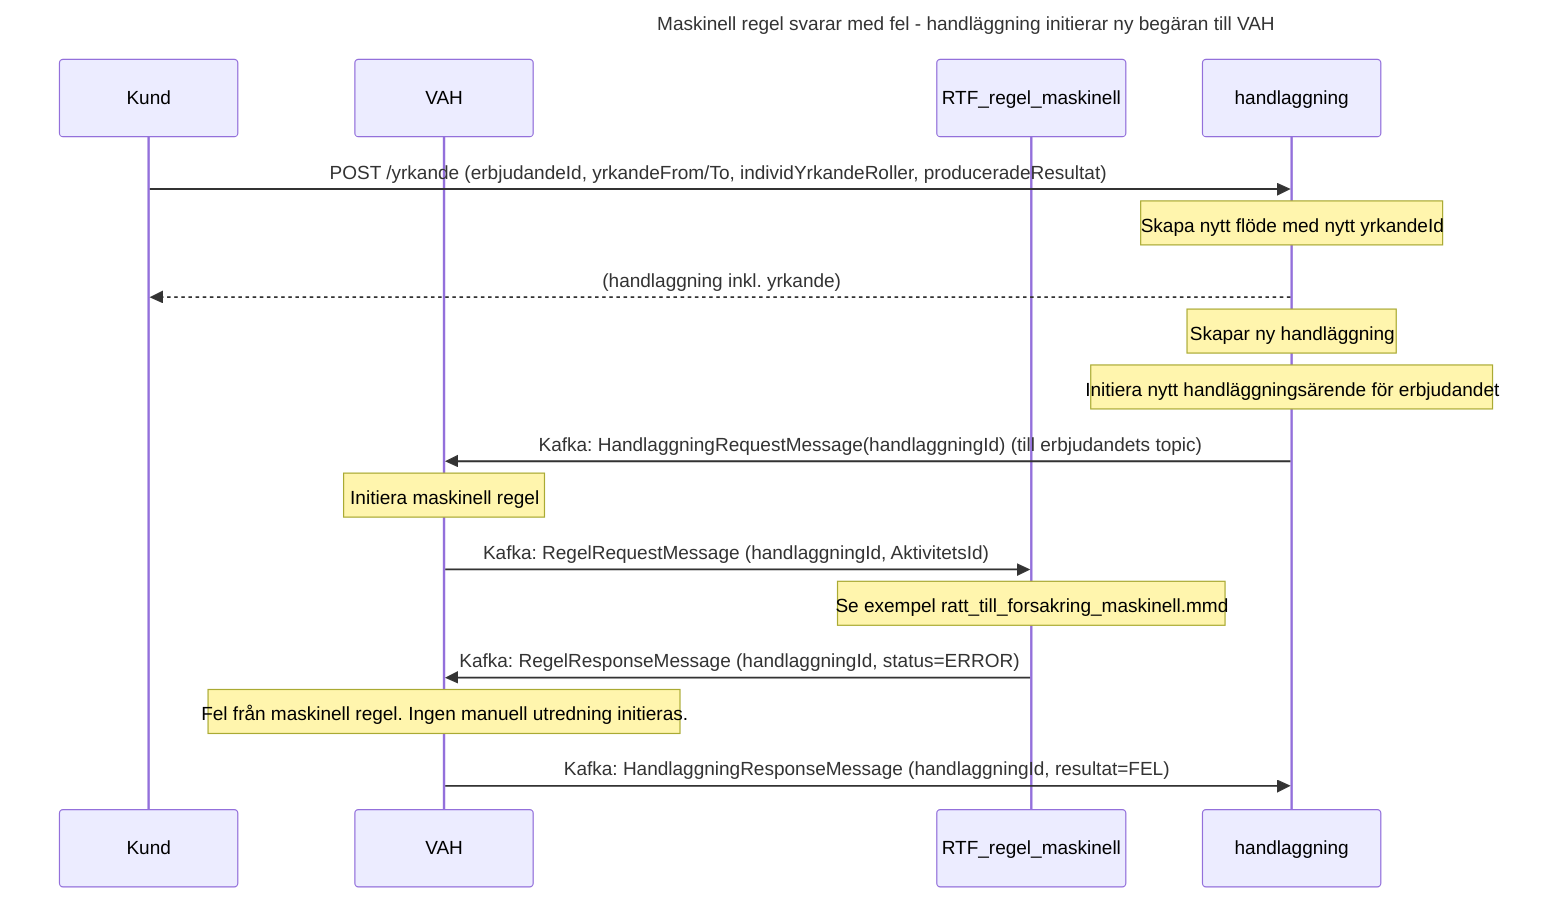
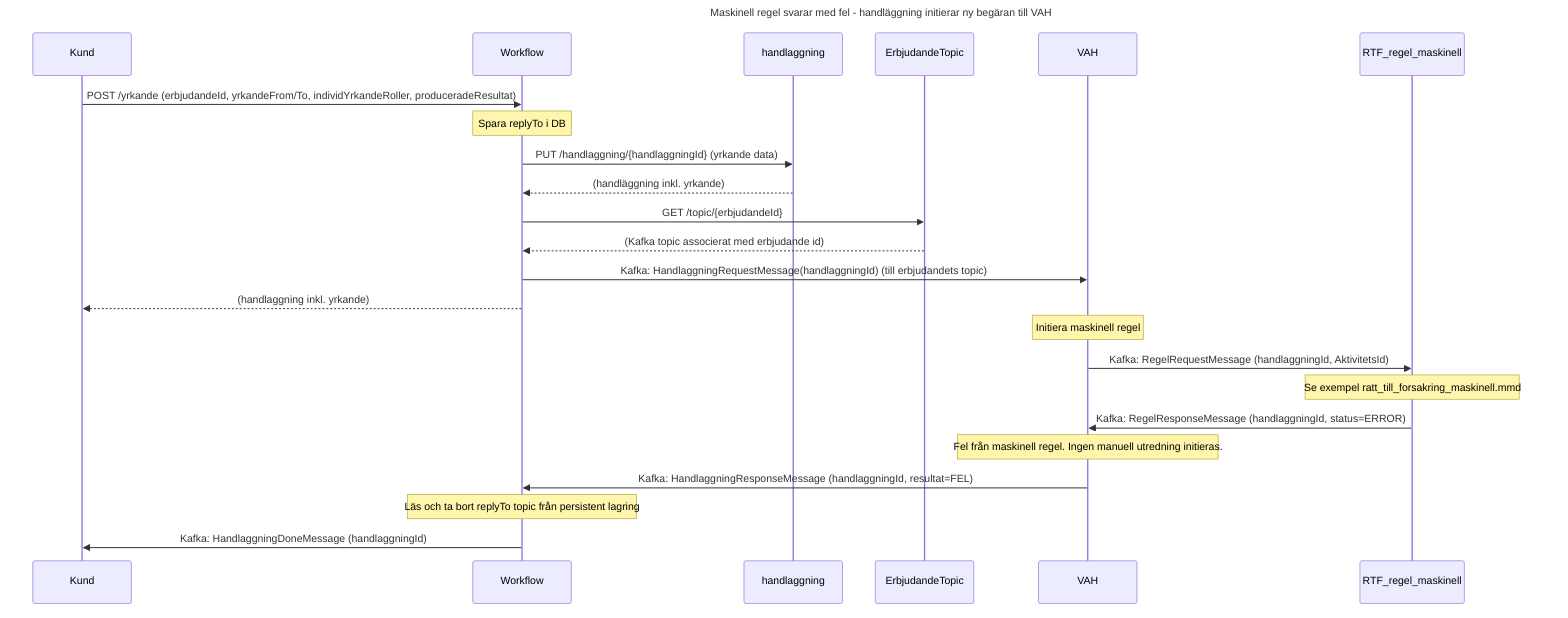
sequenceDiagram
    title Maskinell regel svarar med fel - handläggning initierar ny begäran till VAH
    participant Kund
+     participant Workflow
+     participant handlaggning
+     participant ErbjudandeTopic
    participant VAH
    participant RTF_regel_maskinell
-     participant handlaggning

-     Kund ->> handlaggning: POST /yrkande (erbjudandeId, yrkandeFrom/To, individYrkandeRoller, produceradeResultat)
-     note over handlaggning: Skapa nytt flöde med nytt yrkandeId
-     handlaggning -->> Kund: (handlaggning inkl. yrkande)
-     note over handlaggning: Skapar ny handläggning
- 
-     note over handlaggning: Initiera nytt handläggningsärende för erbjudandet
-     handlaggning ->> VAH: Kafka: HandlaggningRequestMessage(handlaggningId) (till erbjudandets topic)
+     Kund ->> Workflow: POST /yrkande (erbjudandeId, yrkandeFrom/To, individYrkandeRoller, produceradeResultat)
+     note over Workflow: Spara replyTo i DB
+     Workflow ->> handlaggning: PUT /handlaggning/{handlaggningId} (yrkande data)
+     handlaggning -->> Workflow: (handläggning inkl. yrkande)
+     Workflow ->> ErbjudandeTopic: GET /topic/{erbjudandeId}
+     ErbjudandeTopic -->> Workflow: (Kafka topic associerat med erbjudande id)
+     Workflow ->> VAH: Kafka: HandlaggningRequestMessage(handlaggningId) (till erbjudandets topic)
+     Workflow -->> Kund: (handlaggning inkl. yrkande)

    note over VAH: Initiera maskinell regel

    VAH ->> RTF_regel_maskinell: Kafka: RegelRequestMessage (handlaggningId, AktivitetsId)

    note over RTF_regel_maskinell: Se exempel ratt_till_forsakring_maskinell.mmd

    RTF_regel_maskinell ->> VAH: Kafka: RegelResponseMessage (handlaggningId, status=ERROR)
    note over VAH: Fel från maskinell regel. Ingen manuell utredning initieras.

-     VAH ->> handlaggning: Kafka: HandlaggningResponseMessage (handlaggningId, resultat=FEL)
+     VAH ->> Workflow: Kafka: HandlaggningResponseMessage (handlaggningId, resultat=FEL)
+     note over Workflow: Läs och ta bort replyTo topic från persistent lagring
+ 
+     Workflow ->> Kund: Kafka: HandlaggningDoneMessage (handlaggningId)